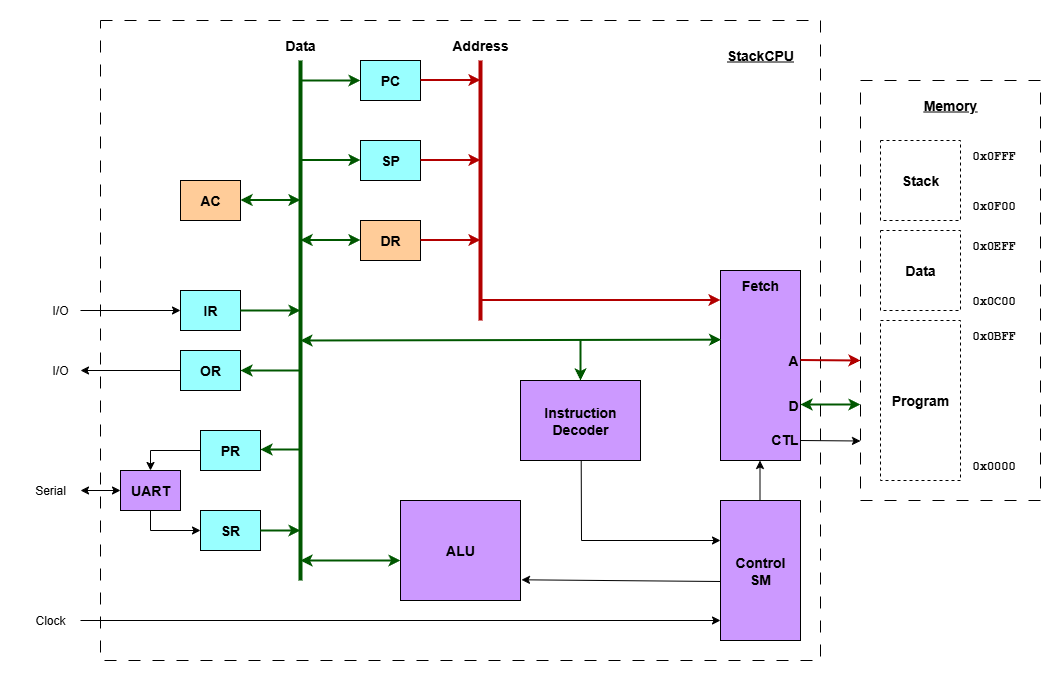
This is docs/StackCPU-Architecture.png from dervish77/StackCPU, a draw.io export, as it was before one commit. Source tidied: cells renumbered, new cells last; positions are measured from the earlier drawing's top-left corner, leaving out a move shared by most shapes.
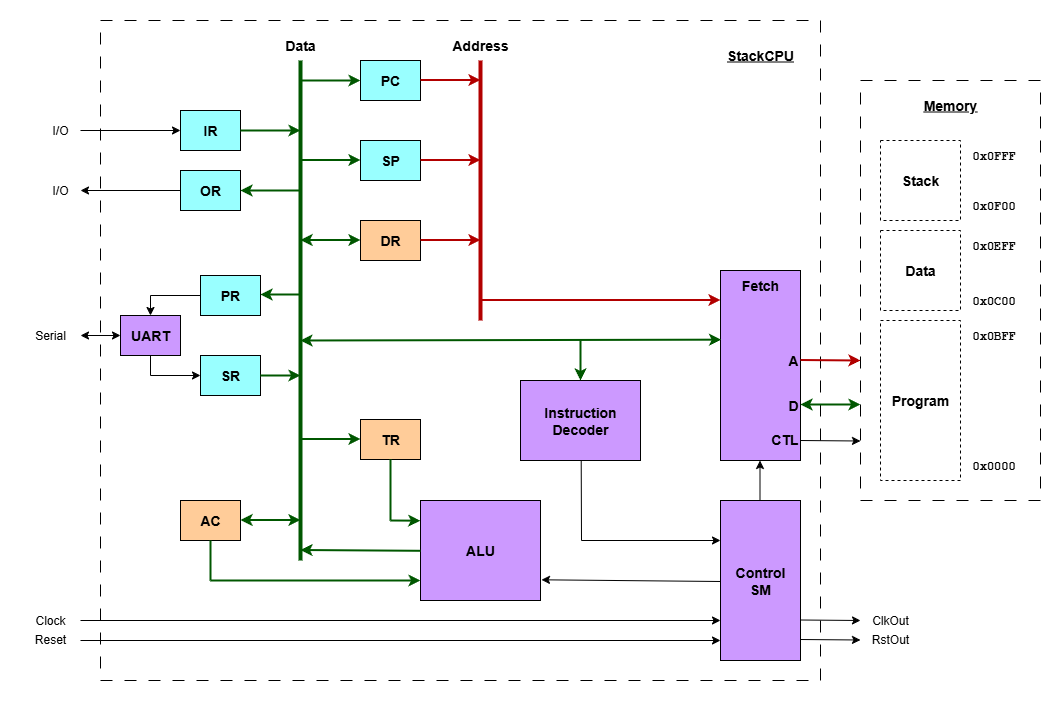
After the commit.

Commit message:
added temp reg to arch diagram

Change to the diagram source:
```diff
@@ -6,7 +6,7 @@
       <mxGeometry x="840" y="60" width="180" height="420" as="geometry" />
     </mxCell>
     <mxCell id="3" style="rounded=0;whiteSpace=wrap;html=1;dashed=1;dashPattern=12 12;" parent="1" vertex="1">
-      <mxGeometry x="80" width="720" height="640" as="geometry" />
+      <mxGeometry x="80" width="720" height="660" as="geometry" />
     </mxCell>
     <mxCell id="4" value="&lt;font style=&quot;font-size: 14px;&quot;&gt;&lt;b&gt;PC&lt;/b&gt;&lt;/font&gt;" style="rounded=0;whiteSpace=wrap;html=1;fillColor=#99FFFF;" parent="1" vertex="1">
       <mxGeometry x="340" y="40" width="60" height="40" as="geometry" />
@@ -45,19 +45,19 @@
       <mxGeometry x="340" y="200" width="60" height="40" as="geometry" />
     </mxCell>
     <mxCell id="16" value="&lt;font style=&quot;font-size: 14px;&quot;&gt;&lt;b&gt;AC&lt;/b&gt;&lt;/font&gt;" style="rounded=0;whiteSpace=wrap;html=1;fillColor=#FFCC99;" parent="1" vertex="1">
-      <mxGeometry x="160" y="160" width="60" height="40" as="geometry" />
+      <mxGeometry x="160" y="480" width="60" height="40" as="geometry" />
     </mxCell>
     <mxCell id="17" value="&lt;font style=&quot;font-size: 14px;&quot;&gt;&lt;b&gt;IR&lt;/b&gt;&lt;/font&gt;" style="rounded=0;whiteSpace=wrap;html=1;fillColor=#99FFFF;" parent="1" vertex="1">
-      <mxGeometry x="160" y="270" width="60" height="40" as="geometry" />
+      <mxGeometry x="160" y="90" width="60" height="40" as="geometry" />
     </mxCell>
     <mxCell id="18" value="&lt;font style=&quot;font-size: 14px;&quot;&gt;&lt;b&gt;OR&lt;/b&gt;&lt;/font&gt;" style="rounded=0;whiteSpace=wrap;html=1;fillColor=#99FFFF;" parent="1" vertex="1">
-      <mxGeometry x="160" y="330" width="60" height="40" as="geometry" />
+      <mxGeometry x="160" y="150" width="60" height="40" as="geometry" />
     </mxCell>
     <mxCell id="19" value="&lt;font style=&quot;font-size: 14px;&quot;&gt;&lt;b&gt;PR&lt;/b&gt;&lt;/font&gt;" style="rounded=0;whiteSpace=wrap;html=1;fillColor=#99FFFF;" parent="1" vertex="1">
-      <mxGeometry x="180" y="410" width="60" height="40" as="geometry" />
+      <mxGeometry x="180" y="255" width="60" height="40" as="geometry" />
     </mxCell>
     <mxCell id="20" value="&lt;font style=&quot;font-size: 14px;&quot;&gt;&lt;b&gt;ALU&lt;/b&gt;&lt;/font&gt;" style="rounded=0;whiteSpace=wrap;html=1;fillColor=#CC99FF;" parent="1" vertex="1">
-      <mxGeometry x="380" y="480" width="120" height="100" as="geometry" />
+      <mxGeometry x="400" y="480" width="120" height="100" as="geometry" />
     </mxCell>
     <mxCell id="21" value="&lt;font style=&quot;font-size: 14px;&quot;&gt;&lt;b&gt;Instruction&lt;/b&gt;&lt;/font&gt;&lt;div&gt;&lt;font style=&quot;font-size: 14px;&quot;&gt;&lt;b&gt;Decoder&lt;/b&gt;&lt;/font&gt;&lt;/div&gt;" style="rounded=0;whiteSpace=wrap;html=1;fillColor=#CC99FF;" parent="1" vertex="1">
       <mxGeometry x="500" y="360" width="120" height="80" as="geometry" />
@@ -66,11 +66,11 @@
       <mxGeometry x="700" y="250" width="80" height="190" as="geometry" />
     </mxCell>
     <mxCell id="23" value="&lt;font style=&quot;font-size: 14px;&quot;&gt;&lt;b&gt;Control&lt;/b&gt;&lt;/font&gt;&lt;div&gt;&lt;font style=&quot;font-size: 14px;&quot;&gt;&lt;b&gt;SM&lt;/b&gt;&lt;/font&gt;&lt;/div&gt;" style="rounded=0;whiteSpace=wrap;html=1;fillColor=#CC99FF;" parent="1" vertex="1">
-      <mxGeometry x="700" y="480" width="80" height="140" as="geometry" />
+      <mxGeometry x="700" y="480" width="80" height="160" as="geometry" />
     </mxCell>
     <mxCell id="24" style="endArrow=none;html=1;rounded=0;strokeWidth=4;fillColor=#008a00;strokeColor=#005700;" parent="1" edge="1">
       <mxGeometry relative="1" as="geometry">
-        <mxPoint x="280" y="560" as="sourcePoint" />
+        <mxPoint x="280" y="540" as="sourcePoint" />
         <mxPoint x="280" y="40" as="targetPoint" />
       </mxGeometry>
     </mxCell>
@@ -141,26 +141,26 @@
     </mxCell>
     <mxCell id="38" style="endArrow=classic;html=1;rounded=0;fillColor=#008a00;strokeColor=#005700;strokeWidth=2;" parent="1" edge="1">
       <mxGeometry relative="1" as="geometry">
-        <mxPoint x="280" y="350" as="sourcePoint" />
-        <mxPoint x="220" y="350" as="targetPoint" />
+        <mxPoint x="280" y="170" as="sourcePoint" />
+        <mxPoint x="220" y="170" as="targetPoint" />
       </mxGeometry>
     </mxCell>
     <mxCell id="39" style="endArrow=classic;html=1;rounded=0;entryX=0;entryY=0.5;entryDx=0;entryDy=0;fillColor=#008a00;strokeColor=#005700;strokeWidth=2;" parent="1" edge="1">
       <mxGeometry relative="1" as="geometry">
-        <mxPoint x="220" y="290" as="sourcePoint" />
-        <mxPoint x="280" y="290" as="targetPoint" />
+        <mxPoint x="220" y="110" as="sourcePoint" />
+        <mxPoint x="280" y="110" as="targetPoint" />
       </mxGeometry>
     </mxCell>
     <mxCell id="40" style="endArrow=classic;html=1;rounded=0;fillColor=#008a00;strokeColor=#005700;strokeWidth=2;" parent="1" edge="1">
       <mxGeometry relative="1" as="geometry">
-        <mxPoint x="280" y="429" as="sourcePoint" />
-        <mxPoint x="240" y="429" as="targetPoint" />
+        <mxPoint x="280" y="274" as="sourcePoint" />
+        <mxPoint x="240" y="274" as="targetPoint" />
       </mxGeometry>
     </mxCell>
     <mxCell id="41" style="endArrow=classic;startArrow=classic;html=1;rounded=0;fillColor=#008a00;strokeColor=#005700;strokeWidth=2;" parent="1" edge="1">
       <mxGeometry relative="1" as="geometry">
-        <mxPoint x="220" y="179.5" as="sourcePoint" />
-        <mxPoint x="280" y="179.5" as="targetPoint" />
+        <mxPoint x="220" y="499.5" as="sourcePoint" />
+        <mxPoint x="280" y="499.5" as="targetPoint" />
       </mxGeometry>
     </mxCell>
     <mxCell id="42" style="endArrow=classic;startArrow=classic;html=1;rounded=0;fillColor=#008a00;strokeColor=#005700;strokeWidth=2;" parent="1" edge="1">
@@ -180,34 +180,34 @@
         <mxPoint x="739.5" y="440" as="targetPoint" />
       </mxGeometry>
     </mxCell>
-    <mxCell id="45" style="endArrow=classic;startArrow=classic;html=1;rounded=0;fillColor=#008a00;strokeColor=#005700;strokeWidth=2;" parent="1" edge="1">
+    <mxCell id="45" style="endArrow=none;startArrow=classic;html=1;rounded=0;fillColor=#008a00;strokeColor=#005700;strokeWidth=2;entryX=0;entryY=0.808;entryDx=0;entryDy=0;entryPerimeter=0;endFill=0;" parent="1" edge="1">
       <mxGeometry relative="1" as="geometry">
-        <mxPoint x="280" y="540" as="sourcePoint" />
-        <mxPoint x="380" y="540" as="targetPoint" />
+        <mxPoint x="280" y="529.5" as="sourcePoint" />
+        <mxPoint x="400" y="530.3" as="targetPoint" />
       </mxGeometry>
     </mxCell>
     <mxCell id="46" style="endArrow=classic;html=1;rounded=0;" parent="1" edge="1">
       <mxGeometry relative="1" as="geometry">
-        <mxPoint x="160" y="350" as="sourcePoint" />
-        <mxPoint x="60" y="350" as="targetPoint" />
+        <mxPoint x="160" y="170" as="sourcePoint" />
+        <mxPoint x="60" y="170" as="targetPoint" />
       </mxGeometry>
     </mxCell>
     <mxCell id="47" style="endArrow=classic;html=1;rounded=0;entryX=0;entryY=0.5;entryDx=0;entryDy=0;" parent="1" edge="1" target="17">
       <mxGeometry relative="1" as="geometry">
-        <mxPoint x="60" y="290" as="sourcePoint" />
+        <mxPoint x="60" y="110" as="sourcePoint" />
       </mxGeometry>
     </mxCell>
     <mxCell id="48" value="&lt;font&gt;&lt;b&gt;&lt;u&gt;Memory&lt;/u&gt;&lt;/b&gt;&lt;/font&gt;" style="text;html=1;align=center;verticalAlign=middle;whiteSpace=wrap;rounded=0;fontSize=14;" parent="1" vertex="1">
       <mxGeometry x="900" y="70" width="60" height="30" as="geometry" />
     </mxCell>
     <mxCell id="49" value="I/O" style="text;html=1;align=center;verticalAlign=middle;whiteSpace=wrap;rounded=0;" parent="1" vertex="1">
-      <mxGeometry x="10" y="275" width="60" height="30" as="geometry" />
+      <mxGeometry x="10" y="95" width="60" height="30" as="geometry" />
     </mxCell>
     <mxCell id="50" value="I/O" style="text;html=1;align=center;verticalAlign=middle;whiteSpace=wrap;rounded=0;" parent="1" vertex="1">
-      <mxGeometry x="10" y="335" width="60" height="30" as="geometry" />
+      <mxGeometry x="10" y="155" width="60" height="30" as="geometry" />
     </mxCell>
     <mxCell id="51" value="Serial" style="text;html=1;align=center;verticalAlign=middle;whiteSpace=wrap;rounded=0;" parent="1" vertex="1">
-      <mxGeometry y="455" width="60" height="30" as="geometry" />
+      <mxGeometry y="300" width="60" height="30" as="geometry" />
     </mxCell>
     <mxCell id="52" value="&lt;font&gt;&lt;b&gt;&lt;u&gt;StackCPU&lt;/u&gt;&lt;/b&gt;&lt;/font&gt;" style="text;html=1;align=center;verticalAlign=middle;whiteSpace=wrap;rounded=0;fontSize=14;" parent="1" vertex="1">
       <mxGeometry x="710" y="20" width="60" height="30" as="geometry" />
@@ -221,41 +221,41 @@
       <mxGeometry y="585" width="60" height="30" as="geometry" />
     </mxCell>
     <mxCell id="55" value="&lt;font style=&quot;font-size: 14px;&quot;&gt;&lt;b&gt;SR&lt;/b&gt;&lt;/font&gt;" style="rounded=0;whiteSpace=wrap;html=1;fillColor=#99FFFF;" parent="1" vertex="1">
-      <mxGeometry x="180" y="490" width="60" height="40" as="geometry" />
+      <mxGeometry x="180" y="335" width="60" height="40" as="geometry" />
     </mxCell>
     <mxCell id="56" value="&lt;font style=&quot;font-size: 14px;&quot;&gt;&lt;b&gt;UART&lt;/b&gt;&lt;/font&gt;" style="rounded=0;whiteSpace=wrap;html=1;fillColor=#CC99FF;" parent="1" vertex="1">
-      <mxGeometry x="100" y="450" width="60" height="40" as="geometry" />
+      <mxGeometry x="100" y="295" width="60" height="40" as="geometry" />
     </mxCell>
     <mxCell id="57" style="endArrow=none;html=1;rounded=0;exitX=0;exitY=0.5;exitDx=0;exitDy=0;" parent="1" edge="1" source="19">
       <mxGeometry relative="1" as="geometry">
-        <mxPoint x="130" y="430" as="targetPoint" />
+        <mxPoint x="130" y="275" as="targetPoint" />
       </mxGeometry>
     </mxCell>
     <mxCell id="58" style="endArrow=none;html=1;rounded=0;" parent="1" edge="1">
       <mxGeometry relative="1" as="geometry">
-        <mxPoint x="130" y="510" as="sourcePoint" />
-        <mxPoint x="130" y="490" as="targetPoint" />
+        <mxPoint x="130" y="355" as="sourcePoint" />
+        <mxPoint x="130" y="335" as="targetPoint" />
       </mxGeometry>
     </mxCell>
     <mxCell id="59" style="endArrow=classic;html=1;rounded=0;entryX=0;entryY=0.5;entryDx=0;entryDy=0;" parent="1" edge="1" target="55">
       <mxGeometry relative="1" as="geometry">
-        <mxPoint x="130" y="510" as="sourcePoint" />
+        <mxPoint x="130" y="355" as="sourcePoint" />
       </mxGeometry>
     </mxCell>
     <mxCell id="60" style="endArrow=classic;html=1;rounded=0;fillColor=#008a00;strokeColor=#005700;strokeWidth=2;" parent="1" edge="1">
       <mxGeometry relative="1" as="geometry">
-        <mxPoint x="240" y="510" as="sourcePoint" />
-        <mxPoint x="280" y="510" as="targetPoint" />
+        <mxPoint x="240" y="355" as="sourcePoint" />
+        <mxPoint x="280" y="355" as="targetPoint" />
       </mxGeometry>
     </mxCell>
     <mxCell id="61" style="endArrow=classic;html=1;rounded=0;entryX=0.5;entryY=0;entryDx=0;entryDy=0;" parent="1" edge="1" target="56">
       <mxGeometry relative="1" as="geometry">
-        <mxPoint x="130" y="430" as="sourcePoint" />
+        <mxPoint x="130" y="275" as="sourcePoint" />
       </mxGeometry>
     </mxCell>
     <mxCell id="62" style="endArrow=classic;startArrow=classic;html=1;rounded=0;entryX=0;entryY=0.5;entryDx=0;entryDy=0;" parent="1" edge="1" target="56">
       <mxGeometry relative="1" as="geometry">
-        <mxPoint x="60" y="470" as="sourcePoint" />
+        <mxPoint x="60" y="315" as="sourcePoint" />
       </mxGeometry>
     </mxCell>
     <mxCell id="63" style="endArrow=classic;html=1;rounded=0;entryX=-0.012;entryY=0.357;entryDx=0;entryDy=0;entryPerimeter=0;" parent="1" edge="1">
@@ -289,5 +289,61 @@
     <mxCell id="68" value="&lt;font style=&quot;font-size: 14px;&quot;&gt;&lt;b&gt;CTL&lt;/b&gt;&lt;/font&gt;" style="text;html=1;align=right;verticalAlign=middle;whiteSpace=wrap;rounded=0;" parent="1" vertex="1">
       <mxGeometry x="720" y="404" width="60" height="30" as="geometry" />
     </mxCell>
+    <mxCell id="69" value="&lt;font style=&quot;font-size: 14px;&quot;&gt;&lt;b&gt;TR&lt;/b&gt;&lt;/font&gt;" style="rounded=0;whiteSpace=wrap;html=1;fillColor=#FFCC99;" parent="1" vertex="1">
+      <mxGeometry x="340" y="399" width="60" height="40" as="geometry" />
+    </mxCell>
+    <mxCell id="70" style="endArrow=classic;startArrow=none;html=1;rounded=0;fillColor=#008a00;strokeColor=#005700;strokeWidth=2;startFill=0;" parent="1" edge="1">
+      <mxGeometry relative="1" as="geometry">
+        <mxPoint x="280" y="418.5" as="sourcePoint" />
+        <mxPoint x="340" y="418.5" as="targetPoint" />
+      </mxGeometry>
+    </mxCell>
+    <mxCell id="71" style="endArrow=classic;html=1;rounded=0;entryX=-0.002;entryY=0.202;entryDx=0;entryDy=0;entryPerimeter=0;strokeWidth=2;fillColor=#008a00;strokeColor=#005700;" parent="1" edge="1" target="20">
+      <mxGeometry relative="1" as="geometry">
+        <mxPoint x="370" y="500" as="sourcePoint" />
+      </mxGeometry>
+    </mxCell>
+    <mxCell id="72" style="endArrow=none;html=1;rounded=0;entryX=0.5;entryY=1;entryDx=0;entryDy=0;strokeWidth=2;fillColor=#008a00;strokeColor=#005700;" parent="1" edge="1" target="16">
+      <mxGeometry relative="1" as="geometry">
+        <mxPoint x="190" y="560" as="sourcePoint" />
+      </mxGeometry>
+    </mxCell>
+    <mxCell id="73" style="endArrow=classic;html=1;rounded=0;entryX=0;entryY=0.8;entryDx=0;entryDy=0;entryPerimeter=0;fillColor=#008a00;strokeColor=#005700;strokeWidth=2;" parent="1" edge="1" target="20">
+      <mxGeometry relative="1" as="geometry">
+        <mxPoint x="190" y="560" as="sourcePoint" />
+      </mxGeometry>
+    </mxCell>
+    <mxCell id="74" style="endArrow=none;html=1;rounded=0;entryX=0.5;entryY=1;entryDx=0;entryDy=0;strokeWidth=2;fillColor=#008a00;strokeColor=#005700;" parent="1" edge="1" target="69">
+      <mxGeometry relative="1" as="geometry">
+        <mxPoint x="370" y="500" as="sourcePoint" />
+      </mxGeometry>
+    </mxCell>
+    <mxCell id="75" style="endArrow=classic;html=1;rounded=0;" parent="1" edge="1">
+      <mxGeometry relative="1" as="geometry">
+        <mxPoint x="780" y="599.5" as="sourcePoint" />
+        <mxPoint x="840" y="600" as="targetPoint" />
+      </mxGeometry>
+    </mxCell>
+    <mxCell id="76" style="endArrow=classic;html=1;rounded=0;" parent="1" edge="1">
+      <mxGeometry relative="1" as="geometry">
+        <mxPoint x="780" y="619" as="sourcePoint" />
+        <mxPoint x="840" y="619.5" as="targetPoint" />
+      </mxGeometry>
+    </mxCell>
+    <mxCell id="77" value="ClkOut" style="text;html=1;align=center;verticalAlign=middle;whiteSpace=wrap;rounded=0;" parent="1" vertex="1">
+      <mxGeometry x="840" y="585" width="60" height="30" as="geometry" />
+    </mxCell>
+    <mxCell id="78" value="RstOut" style="text;html=1;align=center;verticalAlign=middle;whiteSpace=wrap;rounded=0;" parent="1" vertex="1">
+      <mxGeometry x="840" y="604" width="60" height="30" as="geometry" />
+    </mxCell>
+    <mxCell id="79" style="endArrow=classic;html=1;rounded=0;exitX=1;exitY=0.5;exitDx=0;exitDy=0;" parent="1" edge="1">
+      <mxGeometry relative="1" as="geometry">
+        <mxPoint x="60" y="620" as="sourcePoint" />
+        <mxPoint x="700" y="620" as="targetPoint" />
+      </mxGeometry>
+    </mxCell>
+    <mxCell id="80" value="Reset" style="text;html=1;align=center;verticalAlign=middle;whiteSpace=wrap;rounded=0;" parent="1" vertex="1">
+      <mxGeometry y="604" width="60" height="30" as="geometry" />
+    </mxCell>
   </root>
 </mxGraphModel>
```
